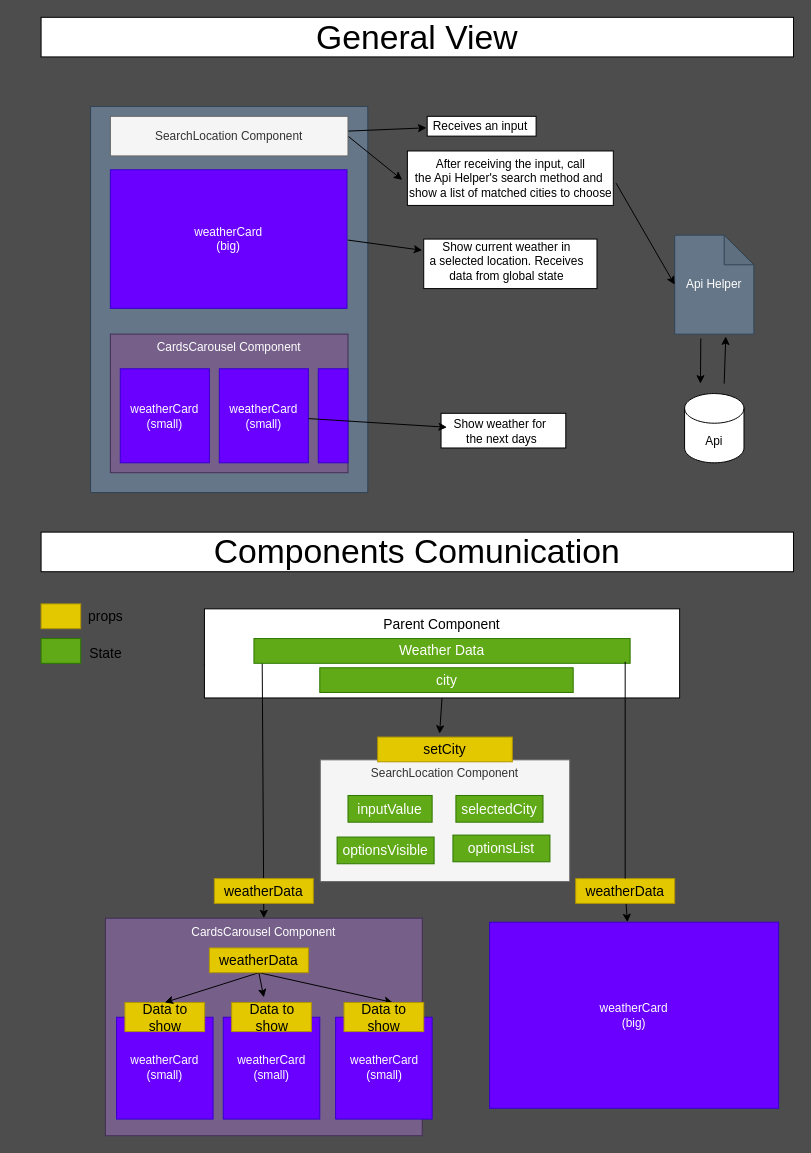
Before: documentation/flowchart.drawio in FelipeAnony/weather.io, a draw.io diagram. Source tidied: cells renumbered, new cells numbered last; positions are measured from the earlier drawing's top-left corner, leaving out a move shared by most shapes. Both pictures are drawn from the tidied source at 99%, with x=0, y=0 at pixel (41, 17).
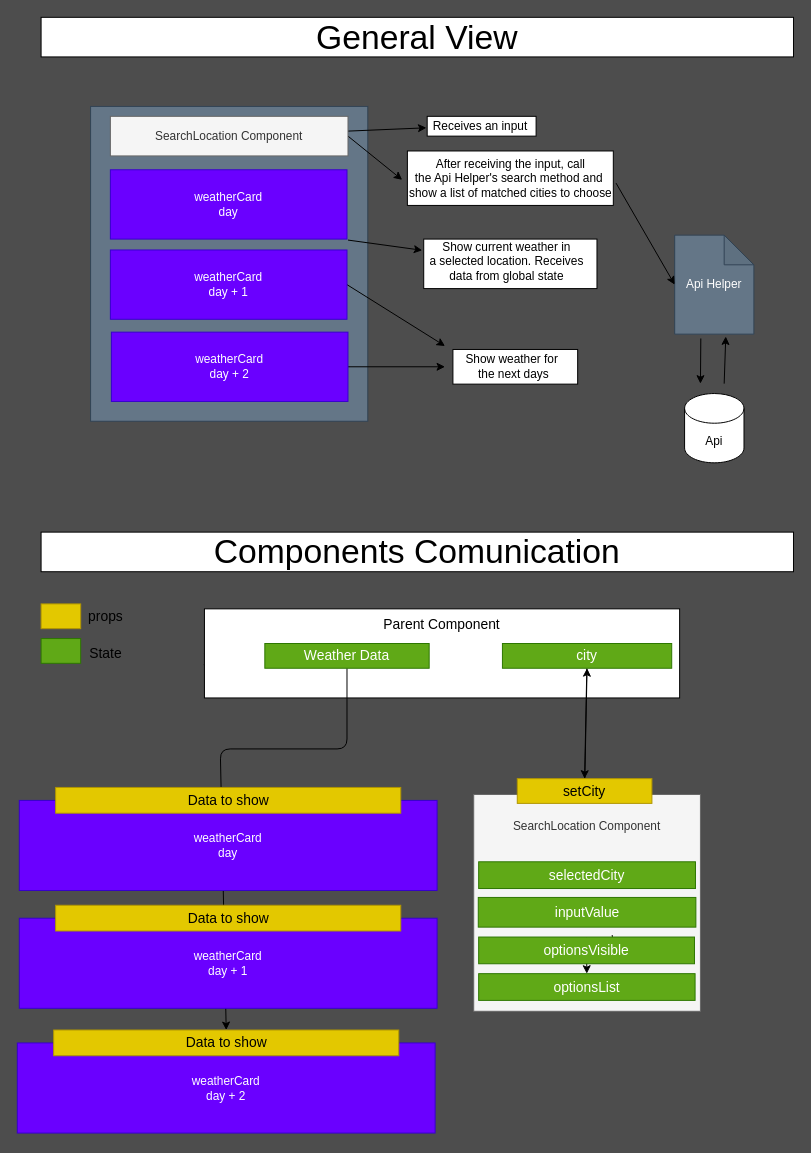
The same diagram, later.

Commit message (it also covers changes not shown here):
architecture change caused by api limitations and code refactoring

The change refers to these unchanged cells:
```xml
<mxCell id="33" value="Parent Component" style="rounded=0;whiteSpace=wrap;html=1;fontSize=14;verticalAlign=top;" parent="1" vertex="1">
  <mxGeometry x="165" y="597.5" width="480" height="90" as="geometry" />
</mxCell>
```

Change to the diagram source:
```diff
@@
     <mxCell id="2" style="rounded=0;whiteSpace=wrap;html=1;" parent="1" vertex="1">
-      <mxGeometry x="404" y="400" width="126" height="35" as="geometry" />
+      <mxGeometry x="416" y="335.5" width="126" height="35" as="geometry" />
     </mxCell>
@@
     <mxCell id="6" style="rounded=0;whiteSpace=wrap;html=1;spacingBottom=0;fillColor=#647687;strokeColor=#314354;fontColor=#ffffff;" parent="1" vertex="1">
-      <mxGeometry x="50" y="90" width="280" height="390" as="geometry" />
+      <mxGeometry x="50" y="90" width="280" height="318" as="geometry" />
     </mxCell>
@@
-    <mxCell id="11" value="CardsCarousel Component" style="rounded=0;whiteSpace=wrap;html=1;verticalAlign=top;fillColor=#76608a;fontColor=#ffffff;strokeColor=#432D57;" parent="1" vertex="1">
-      <mxGeometry x="70" y="320" width="240" height="140" as="geometry" />
-    </mxCell>
-    <mxCell id="12" value="weatherCard&lt;br&gt;(small)" style="rounded=0;whiteSpace=wrap;html=1;fillColor=#6a00ff;fontColor=#ffffff;strokeColor=#3700CC;" parent="1" vertex="1">
-      <mxGeometry x="80" y="355" width="90" height="95" as="geometry" />
-    </mxCell>
-    <mxCell id="13" value="weatherCard&lt;br&gt;(small)" style="rounded=0;whiteSpace=wrap;html=1;fillColor=#6a00ff;fontColor=#ffffff;strokeColor=#3700CC;" parent="1" vertex="1">
-      <mxGeometry x="180" y="355" width="90" height="95" as="geometry" />
-    </mxCell>
-    <mxCell id="14" style="rounded=0;whiteSpace=wrap;html=1;fillColor=#6a00ff;fontColor=#ffffff;strokeColor=#3700CC;" parent="1" vertex="1">
-      <mxGeometry x="280" y="355" width="30" height="95" as="geometry" />
-    </mxCell>
@@
-    <mxCell id="19" style="edgeStyle=none;html=1;" parent="1" edge="1" source="13" target="20">
-      <mxGeometry relative="1" as="geometry" />
+    <mxCell id="19" style="edgeStyle=none;html=1;" parent="1" edge="1" source="66">
+      <mxGeometry relative="1" as="geometry">
+        <mxPoint x="408" y="353" as="targetPoint" />
+      </mxGeometry>
     </mxCell>
     <mxCell id="20" value="Show weather for&amp;nbsp;&lt;br&gt;the next days" style="text;html=1;align=center;verticalAlign=middle;points=[];strokeColor=none;fillColor=none;" parent="1" vertex="1">
-      <mxGeometry x="410" y="402.5" width="110" height="30" as="geometry" />
+      <mxGeometry x="422" y="338" width="110" height="30" as="geometry" />
     </mxCell>
@@
-    <mxCell id="27" value="SearchLocation Component" style="rounded=0;whiteSpace=wrap;html=1;fillColor=#f5f5f5;strokeColor=#666666;fontColor=#333333;horizontal=1;verticalAlign=top;" parent="1" vertex="1">
-      <mxGeometry x="282" y="750" width="252" height="123" as="geometry" />
+    <mxCell id="27" value="SearchLocation Component" style="rounded=0;whiteSpace=wrap;html=1;fillColor=#f5f5f5;strokeColor=#666666;fontColor=#333333;horizontal=1;verticalAlign=top;labelPosition=center;verticalLabelPosition=middle;align=center;spacingTop=18;" parent="1" vertex="1">
+      <mxGeometry x="437" y="785" width="229" height="219" as="geometry" />
     </mxCell>
@@
-    <mxCell id="34" style="edgeStyle=none;html=1;entryX=0.5;entryY=0;entryDx=0;entryDy=0;fontSize=14;exitX=0.022;exitY=0.98;exitDx=0;exitDy=0;exitPerimeter=0;" parent="1" edge="1" source="36" target="38">
-      <mxGeometry relative="1" as="geometry" />
-    </mxCell>
-    <mxCell id="35" style="edgeStyle=none;html=1;exitX=0.5;exitY=1;exitDx=0;exitDy=0;entryX=0.46;entryY=-0.136;entryDx=0;entryDy=0;entryPerimeter=0;" parent="1" edge="1" source="33" target="47">
-      <mxGeometry relative="1" as="geometry" />
-    </mxCell>
+    <mxCell id="60" style="edgeStyle=none;html=1;exitX=0.5;exitY=1;exitDx=0;exitDy=0;entryX=0.5;entryY=0;entryDx=0;entryDy=0;" parent="1" edge="1" source="36" target="70">
+      <mxGeometry relative="1" as="geometry">
+        <Array as="points">
+          <mxPoint x="309" y="739" />
+          <mxPoint x="181" y="739" />
+        </Array>
+      </mxGeometry>
+    </mxCell>
     <mxCell id="36" value="Weather Data" style="rounded=0;whiteSpace=wrap;html=1;fontSize=14;fillColor=#60a917;strokeColor=#2D7600;fontColor=#ffffff;" parent="1" vertex="1">
-      <mxGeometry x="215" y="627.5" width="380" height="25" as="geometry" />
+      <mxGeometry x="226" y="632.5" width="166" height="25" as="geometry" />
     </mxCell>
+    <mxCell id="61" style="edgeStyle=none;html=1;exitX=0.5;exitY=0;exitDx=0;exitDy=0;startArrow=none;" parent="1" edge="1" source="54" target="55">
+      <mxGeometry relative="1" as="geometry" />
+    </mxCell>
     <mxCell id="37" value="inputValue" style="rounded=0;whiteSpace=wrap;html=1;fontSize=14;fillColor=#60a917;strokeColor=#2D7600;fontColor=#ffffff;" parent="1" vertex="1">
-      <mxGeometry x="310" y="786" width="85" height="27" as="geometry" />
+      <mxGeometry x="441.6" y="889" width="219.8" height="30" as="geometry" />
     </mxCell>
-    <mxCell id="38" value="CardsCarousel Component" style="rounded=0;whiteSpace=wrap;html=1;verticalAlign=top;fillColor=#76608a;fontColor=#ffffff;strokeColor=#432D57;" parent="1" vertex="1">
-      <mxGeometry x="65" y="910" width="320" height="219.7" as="geometry" />
-    </mxCell>
-    <mxCell id="39" value="weatherCard&lt;br&gt;(small)" style="rounded=0;whiteSpace=wrap;html=1;fillColor=#6a00ff;fontColor=#ffffff;strokeColor=#3700CC;" parent="1" vertex="1">
-      <mxGeometry x="76.2" y="1010" width="97.5" height="102.9" as="geometry" />
+    <mxCell id="39" value="weatherCard&lt;br&gt;day" style="rounded=0;whiteSpace=wrap;html=1;fillColor=#6a00ff;fontColor=#ffffff;strokeColor=#3700CC;" parent="1" vertex="1">
+      <mxGeometry x="-22" y="791" width="422" height="91" as="geometry" />
     </mxCell>
     <mxCell id="40" value="Data to show" style="rounded=0;whiteSpace=wrap;html=1;fontSize=14;fillColor=#e3c800;fontColor=#000000;strokeColor=#B09500;rotation=0;" parent="39" vertex="1">
-      <mxGeometry x="8.5" y="-14.9" width="80.5" height="29.4" as="geometry" />
+      <mxGeometry x="36.7" y="-13.1" width="348.6" height="26" as="geometry" />
     </mxCell>
-    <mxCell id="41" style="edgeStyle=none;html=1;exitX=0.5;exitY=1;exitDx=0;exitDy=0;entryX=0.5;entryY=0;entryDx=0;entryDy=0;fontSize=14;" parent="1" edge="1" source="44" target="40">
-      <mxGeometry relative="1" as="geometry" />
-    </mxCell>
-    <mxCell id="42" style="edgeStyle=none;html=1;exitX=0.5;exitY=1;exitDx=0;exitDy=0;fontSize=14;" parent="1" edge="1" source="44">
-      <mxGeometry relative="1" as="geometry">
-        <mxPoint x="225" y="990" as="targetPoint" />
-      </mxGeometry>
-    </mxCell>
-    <mxCell id="43" style="edgeStyle=none;html=1;exitX=0.5;exitY=1;exitDx=0;exitDy=0;entryX=0.5;entryY=0;entryDx=0;entryDy=0;fontSize=14;" parent="1" edge="1" source="44">
-      <mxGeometry relative="1" as="geometry">
-        <mxPoint x="355.2" y="995.1" as="targetPoint" />
-      </mxGeometry>
-    </mxCell>
-    <mxCell id="44" value="weatherData" style="rounded=0;whiteSpace=wrap;html=1;fontSize=14;fillColor=#e3c800;fontColor=#000000;strokeColor=#B09500;" parent="1" vertex="1">
-      <mxGeometry x="170" y="940" width="100" height="25" as="geometry" />
-    </mxCell>
-    <mxCell id="45" value="weatherData" style="rounded=0;whiteSpace=wrap;html=1;fontSize=14;fillColor=#e3c800;fontColor=#000000;strokeColor=#B09500;" parent="1" vertex="1">
-      <mxGeometry x="175" y="870" width="100" height="25" as="geometry" />
-    </mxCell>
-    <mxCell id="46" value="weatherCard&lt;br&gt;(big)" style="rounded=0;whiteSpace=wrap;html=1;fillColor=#6a00ff;fontColor=#ffffff;strokeColor=#3700CC;" parent="1" vertex="1">
-      <mxGeometry x="453" y="914" width="292" height="188" as="geometry" />
-    </mxCell>
+    <mxCell id="62" style="edgeStyle=none;html=1;entryX=0.5;entryY=1;entryDx=0;entryDy=0;" parent="1" edge="1" source="47" target="52">
+      <mxGeometry relative="1" as="geometry" />
+    </mxCell>
     <mxCell id="47" value="setCity" style="rounded=0;whiteSpace=wrap;html=1;fontSize=14;fillColor=#e3c800;fontColor=#000000;strokeColor=#B09500;" parent="1" vertex="1">
-      <mxGeometry x="340" y="727" width="136" height="25" as="geometry" />
+      <mxGeometry x="481" y="769" width="136" height="25" as="geometry" />
     </mxCell>
-    <mxCell id="48" style="edgeStyle=none;html=1;" parent="1" edge="1" source="49" target="46">
-      <mxGeometry relative="1" as="geometry" />
+    <mxCell id="48" style="edgeStyle=none;html=1;" parent="1" edge="1">
+      <mxGeometry relative="1" as="geometry">
+        <mxPoint x="576.9" y="927" as="sourcePoint" />
+        <mxPoint x="578.3" y="946" as="targetPoint" />
+      </mxGeometry>
     </mxCell>
-    <mxCell id="49" value="weatherData" style="rounded=0;whiteSpace=wrap;html=1;fontSize=14;fillColor=#e3c800;fontColor=#000000;strokeColor=#B09500;" parent="1" vertex="1">
-      <mxGeometry x="540" y="870" width="100" height="25" as="geometry" />
-    </mxCell>
-    <mxCell id="50" style="edgeStyle=none;html=1;entryX=0.5;entryY=0;entryDx=0;entryDy=0;fontSize=14;endArrow=none;" parent="1" edge="1" target="49">
-      <mxGeometry relative="1" as="geometry">
-        <mxPoint x="590" y="651" as="sourcePoint" />
-      </mxGeometry>
-    </mxCell>
-    <mxCell id="51" value="weatherCard&lt;br&gt;(big)" style="rounded=0;whiteSpace=wrap;html=1;fillColor=#6a00ff;fontColor=#ffffff;strokeColor=#3700CC;" parent="1" vertex="1">
-      <mxGeometry x="70" y="154" width="239" height="140" as="geometry" />
+    <mxCell id="51" value="weatherCard&lt;br&gt;day" style="rounded=0;whiteSpace=wrap;html=1;fillColor=#6a00ff;fontColor=#ffffff;strokeColor=#3700CC;" parent="1" vertex="1">
+      <mxGeometry x="70" y="154" width="239" height="70" as="geometry" />
     </mxCell>
+    <mxCell id="63" style="edgeStyle=none;html=1;entryX=0.5;entryY=0;entryDx=0;entryDy=0;" parent="1" edge="1" source="52" target="47">
+      <mxGeometry relative="1" as="geometry" />
+    </mxCell>
     <mxCell id="52" value="city" style="rounded=0;whiteSpace=wrap;html=1;fontSize=14;fillColor=#60a917;strokeColor=#2D7600;fontColor=#ffffff;" parent="1" vertex="1">
-      <mxGeometry x="281.5" y="657" width="256" height="25" as="geometry" />
+      <mxGeometry x="466" y="632.5" width="171" height="25" as="geometry" />
     </mxCell>
     <mxCell id="53" value="selectedCity" style="rounded=0;whiteSpace=wrap;html=1;fontSize=14;fillColor=#60a917;strokeColor=#2D7600;fontColor=#ffffff;" parent="1" vertex="1">
-      <mxGeometry x="419" y="786" width="88" height="27" as="geometry" />
+      <mxGeometry x="442" y="853" width="219" height="27" as="geometry" />
     </mxCell>
+    <mxCell id="55" value="optionsList" style="rounded=0;whiteSpace=wrap;html=1;fontSize=14;fillColor=#60a917;strokeColor=#2D7600;fontColor=#ffffff;" parent="1" vertex="1">
+      <mxGeometry x="442" y="966" width="218.6" height="27" as="geometry" />
+    </mxCell>
+    <mxCell id="64" style="edgeStyle=none;html=1;exitX=1;exitY=0.5;exitDx=0;exitDy=0;" parent="1" edge="1" source="65">
+      <mxGeometry relative="1" as="geometry">
+        <mxPoint x="408" y="332" as="targetPoint" />
+      </mxGeometry>
+    </mxCell>
+    <mxCell id="65" value="weatherCard&lt;br&gt;day + 1" style="rounded=0;whiteSpace=wrap;html=1;fillColor=#6a00ff;fontColor=#ffffff;strokeColor=#3700CC;" parent="1" vertex="1">
+      <mxGeometry x="70" y="235" width="239" height="70" as="geometry" />
+    </mxCell>
+    <mxCell id="66" value="weatherCard&lt;br&gt;day + 2" style="rounded=0;whiteSpace=wrap;html=1;fillColor=#6a00ff;fontColor=#ffffff;strokeColor=#3700CC;" parent="1" vertex="1">
+      <mxGeometry x="71" y="318" width="239" height="70" as="geometry" />
+    </mxCell>
+    <mxCell id="67" value="weatherCard&lt;br&gt;day + 1" style="rounded=0;whiteSpace=wrap;html=1;fillColor=#6a00ff;fontColor=#ffffff;strokeColor=#3700CC;" parent="1" vertex="1">
+      <mxGeometry x="-22" y="910" width="422" height="91" as="geometry" />
+    </mxCell>
+    <mxCell id="68" value="Data to show" style="rounded=0;whiteSpace=wrap;html=1;fontSize=14;fillColor=#e3c800;fontColor=#000000;strokeColor=#B09500;rotation=0;" parent="67" vertex="1">
+      <mxGeometry x="36.7" y="-13.1" width="348.6" height="26" as="geometry" />
+    </mxCell>
+    <mxCell id="69" value="weatherCard&lt;br&gt;day + 2" style="rounded=0;whiteSpace=wrap;html=1;fillColor=#6a00ff;fontColor=#ffffff;strokeColor=#3700CC;" parent="1" vertex="1">
+      <mxGeometry x="-24" y="1036" width="422" height="91" as="geometry" />
+    </mxCell>
+    <mxCell id="70" value="Data to show" style="rounded=0;whiteSpace=wrap;html=1;fontSize=14;fillColor=#e3c800;fontColor=#000000;strokeColor=#B09500;rotation=0;" parent="69" vertex="1">
+      <mxGeometry x="36.7" y="-13.1" width="348.6" height="26" as="geometry" />
+    </mxCell>
     <mxCell id="54" value="optionsVisible" style="rounded=0;whiteSpace=wrap;html=1;fontSize=14;fillColor=#60a917;strokeColor=#2D7600;fontColor=#ffffff;" parent="1" vertex="1">
-      <mxGeometry x="299" y="828" width="98" height="27" as="geometry" />
+      <mxGeometry x="442" y="929" width="218" height="27" as="geometry" />
     </mxCell>
-    <mxCell id="55" value="optionsList" style="rounded=0;whiteSpace=wrap;html=1;fontSize=14;fillColor=#60a917;strokeColor=#2D7600;fontColor=#ffffff;" parent="1" vertex="1">
-      <mxGeometry x="416" y="826" width="98" height="27" as="geometry" />
-    </mxCell>
-    <mxCell id="56" value="weatherCard&lt;br&gt;(small)" style="rounded=0;whiteSpace=wrap;html=1;fillColor=#6a00ff;fontColor=#ffffff;strokeColor=#3700CC;" parent="1" vertex="1">
-      <mxGeometry x="184" y="1010" width="97.5" height="102.9" as="geometry" />
-    </mxCell>
-    <mxCell id="57" value="Data to show" style="rounded=0;whiteSpace=wrap;html=1;fontSize=14;fillColor=#e3c800;fontColor=#000000;strokeColor=#B09500;rotation=0;" parent="56" vertex="1">
-      <mxGeometry x="8.5" y="-14.9" width="80.5" height="29.4" as="geometry" />
-    </mxCell>
-    <mxCell id="58" value="weatherCard&lt;br&gt;(small)" style="rounded=0;whiteSpace=wrap;html=1;fillColor=#6a00ff;fontColor=#ffffff;strokeColor=#3700CC;" parent="1" vertex="1">
-      <mxGeometry x="297.5" y="1010" width="97.5" height="102.9" as="geometry" />
-    </mxCell>
-    <mxCell id="59" value="Data to show" style="rounded=0;whiteSpace=wrap;html=1;fontSize=14;fillColor=#e3c800;fontColor=#000000;strokeColor=#B09500;rotation=0;" parent="58" vertex="1">
-      <mxGeometry x="8.5" y="-14.9" width="80.5" height="29.4" as="geometry" />
-    </mxCell>
```
